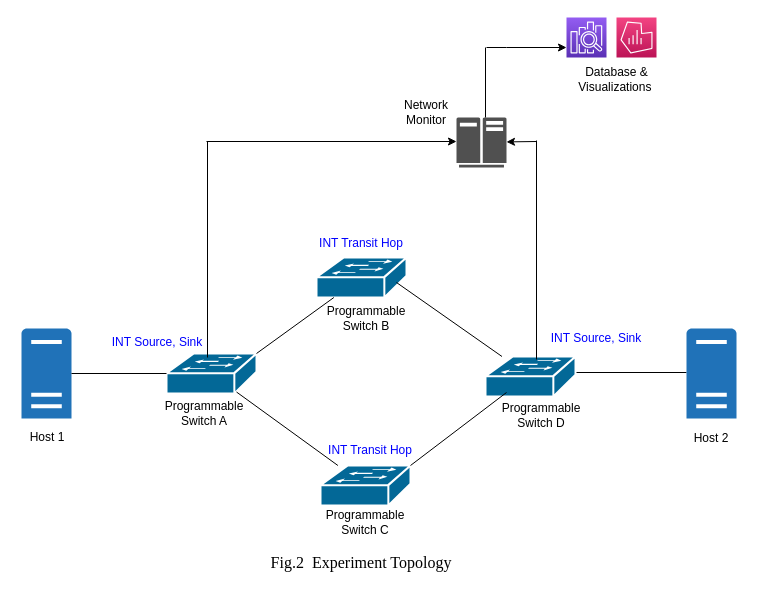
Above: page "Page-1" (1 of 2) of docs/Project Report/Screenshots/Project_Proposal_Topology.drawio in kiran-asu5115/CSE534-Course-Project (draw.io), before the change. Source tidied: cells renumbered, new cells numbered last; positions are measured from the earlier drawing's top-left corner, leaving out a move shared by most shapes. Both pictures are drawn from the tidied source at 100%, with x=0, y=0 at pixel (17, 17).
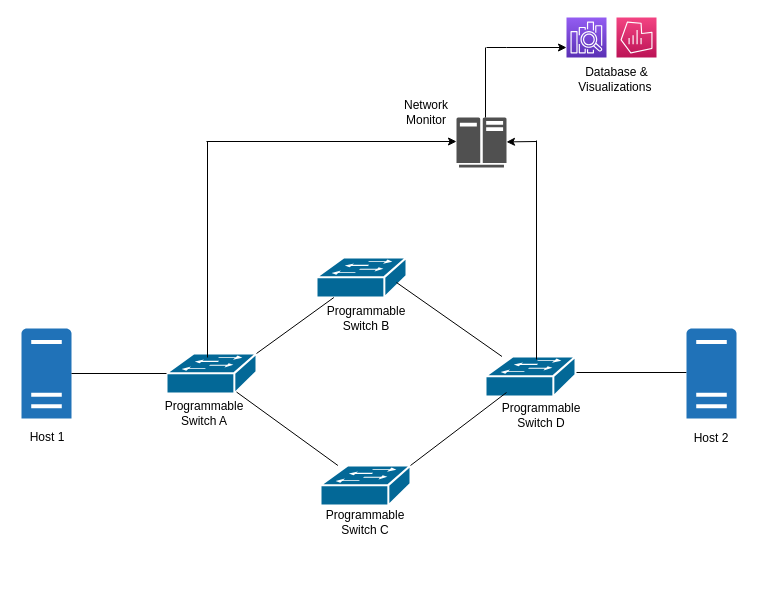
Above is the later version.

Diff of the diagram source:
```diff
@@
-    <mxCell id="19" value="&lt;font color=&quot;#0000ff&quot;&gt;INT Source, Sink&lt;/font&gt;" style="text;html=1;strokeColor=none;fillColor=none;align=center;verticalAlign=middle;whiteSpace=wrap;rounded=0;" parent="1" vertex="1">
-      <mxGeometry x="90" y="310" width="100" height="30" as="geometry" />
-    </mxCell>
-    <mxCell id="20" value="INT Source, Sink" style="text;html=1;strokeColor=none;fillColor=none;align=center;verticalAlign=middle;whiteSpace=wrap;rounded=0;fontColor=#0000FF;" parent="1" vertex="1">
-      <mxGeometry x="529" y="306" width="100" height="30" as="geometry" />
-    </mxCell>
-    <mxCell id="21" value="&lt;font color=&quot;#0000ff&quot;&gt;INT Transit Hop&lt;/font&gt;" style="text;html=1;strokeColor=none;fillColor=none;align=center;verticalAlign=middle;whiteSpace=wrap;rounded=0;" parent="1" vertex="1">
-      <mxGeometry x="294" y="211" width="100" height="30" as="geometry" />
-    </mxCell>
-    <mxCell id="22" value="&lt;font color=&quot;#0000ff&quot;&gt;INT Transit Hop&lt;/font&gt;" style="text;html=1;strokeColor=none;fillColor=none;align=center;verticalAlign=middle;whiteSpace=wrap;rounded=0;" parent="1" vertex="1">
-      <mxGeometry x="303" y="418" width="100" height="30" as="geometry" />
-    </mxCell>
@@
-    <mxCell id="35" value="&lt;font style=&quot;font-size: 16px;&quot; face=&quot;Times New Roman&quot;&gt;Fig.2&amp;nbsp; Experiment Topology&lt;/font&gt;" style="text;html=1;strokeColor=none;fillColor=none;align=center;verticalAlign=middle;whiteSpace=wrap;rounded=0;fontSize=16;" parent="1" vertex="1">
-      <mxGeometry x="249" y="530" width="190" height="30" as="geometry" />
-    </mxCell>
```
